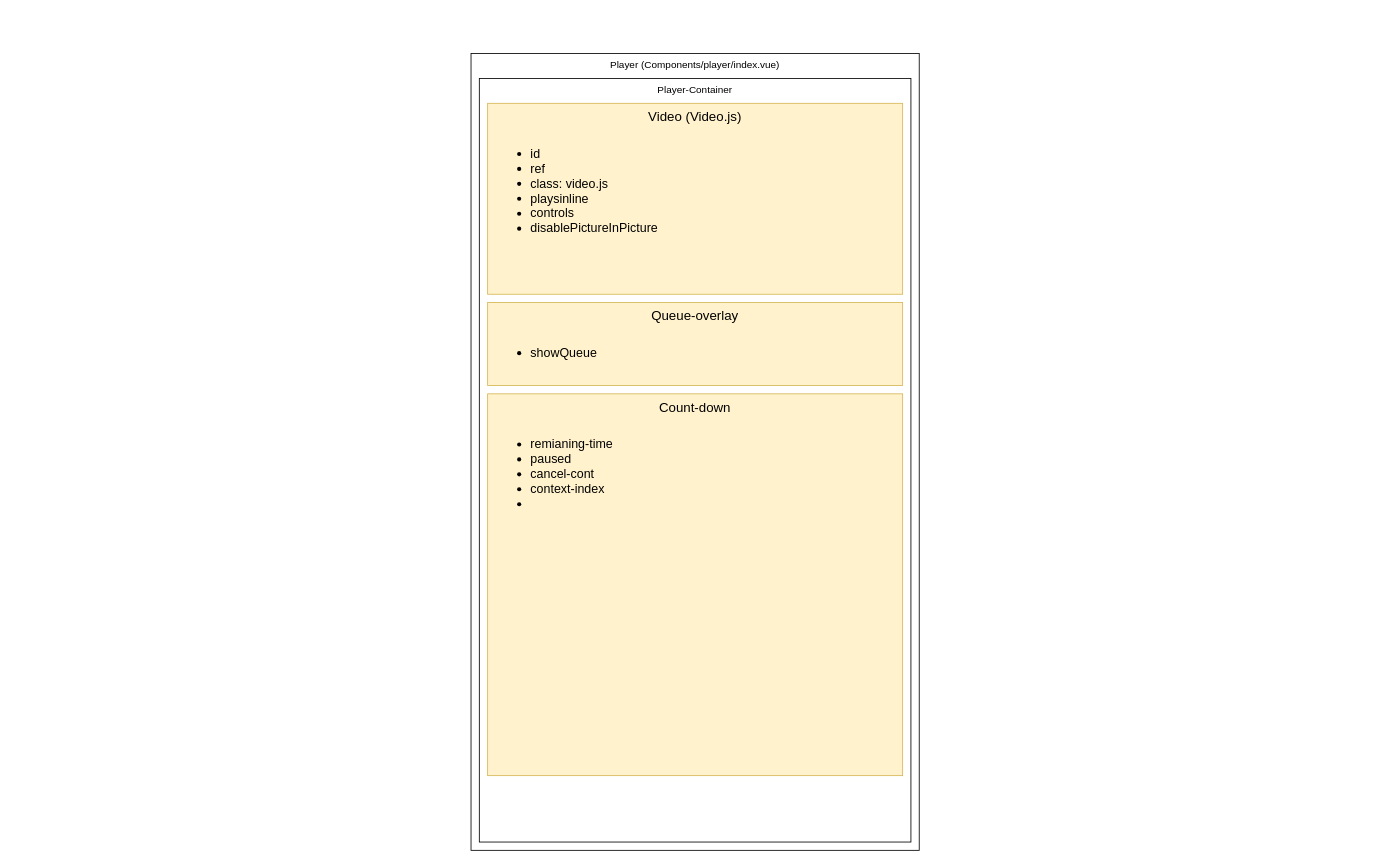
Before: BYUB_Rewind.drawio in brightlightkim/Coding_Design, a draw.io diagram. Source tidied: cells renumbered, new cells numbered last; positions are measured from the earlier drawing's top-left corner, leaving out a move shared by most shapes. Both pictures are drawn from the tidied source at 83%, with x=0, y=0 at pixel (471, 53).
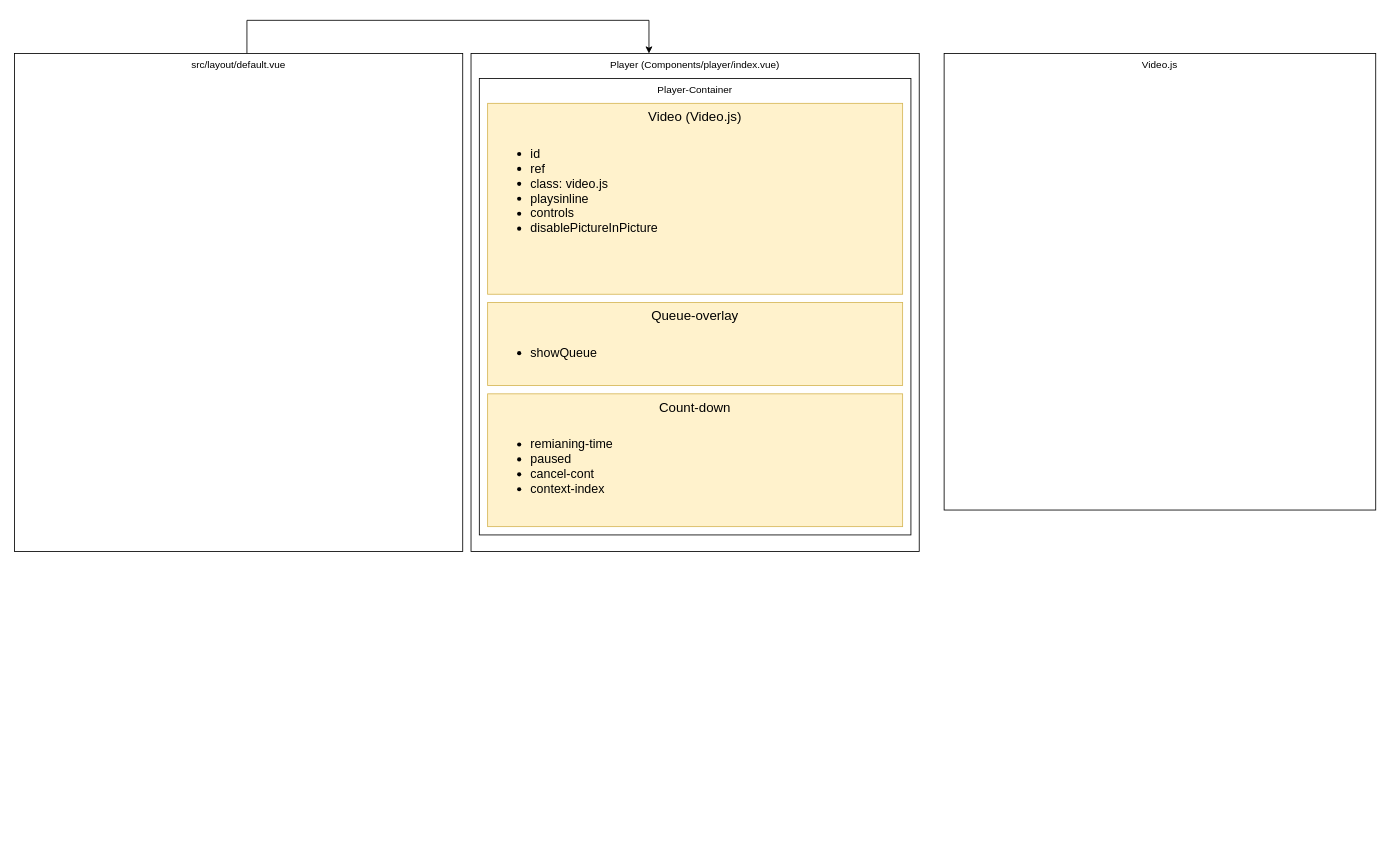
After the change.

What changed in the source:
```diff
@@
 <mxGraphModel>
   <root>
     <mxCell id="0" />
     <mxCell id="1" parent="0" />
     <mxCell id="2" value="Player (Components/player/index.vue)" style="rounded=0;whiteSpace=wrap;html=1;verticalAlign=top;" parent="1" vertex="1">
-      <mxGeometry width="540" height="960" as="geometry" />
+      <mxGeometry width="540" height="600" as="geometry" />
     </mxCell>
     <mxCell id="3" value="Player-Container" style="rounded=0;whiteSpace=wrap;html=1;verticalAlign=top;" parent="1" vertex="1">
-      <mxGeometry x="10" y="30" width="520" height="920" as="geometry" />
+      <mxGeometry x="10" y="30" width="520" height="550" as="geometry" />
     </mxCell>
     <mxCell id="4" value="&lt;font style=&quot;font-size: 16px;&quot;&gt;Video (Video.js)&lt;/font&gt;" style="rounded=0;whiteSpace=wrap;html=1;verticalAlign=top;fillColor=#fff2cc;strokeColor=#d6b656;" parent="1" vertex="1">
       <mxGeometry x="20" y="60" width="500" height="230" as="geometry" />
     </mxCell>
     <mxCell id="5" value="&lt;ul style=&quot;font-size: 15px;&quot;&gt;&lt;li style=&quot;font-size: 15px;&quot;&gt;id&lt;/li&gt;&lt;li style=&quot;font-size: 15px;&quot;&gt;ref&lt;/li&gt;&lt;li style=&quot;font-size: 15px;&quot;&gt;class: video.js&lt;/li&gt;&lt;li style=&quot;font-size: 15px;&quot;&gt;playsinline&lt;/li&gt;&lt;li style=&quot;font-size: 15px;&quot;&gt;controls&lt;/li&gt;&lt;li style=&quot;font-size: 15px;&quot;&gt;disablePictureInPicture&lt;/li&gt;&lt;/ul&gt;" style="text;html=1;strokeColor=none;fillColor=none;align=left;verticalAlign=top;whiteSpace=wrap;rounded=0;fontSize=15;" parent="1" vertex="1">
       <mxGeometry x="30" y="90" width="230" height="180" as="geometry" />
     </mxCell>
     <mxCell id="6" value="&lt;font style=&quot;font-size: 16px;&quot;&gt;Queue-overlay&lt;/font&gt;" style="rounded=0;whiteSpace=wrap;html=1;verticalAlign=top;fillColor=#fff2cc;strokeColor=#d6b656;" parent="1" vertex="1">
       <mxGeometry x="20" y="300" width="500" height="100" as="geometry" />
     </mxCell>
     <mxCell id="7" value="&lt;ul style=&quot;font-size: 15px;&quot;&gt;&lt;li style=&quot;font-size: 15px;&quot;&gt;showQueue&lt;/li&gt;&lt;/ul&gt;" style="text;html=1;strokeColor=none;fillColor=none;align=left;verticalAlign=top;whiteSpace=wrap;rounded=0;fontSize=15;" parent="1" vertex="1">
       <mxGeometry x="30" y="330" width="300" height="50" as="geometry" />
     </mxCell>
     <mxCell id="8" value="&lt;font style=&quot;font-size: 16px;&quot;&gt;Count-down&lt;/font&gt;" style="rounded=0;whiteSpace=wrap;html=1;verticalAlign=top;fillColor=#fff2cc;strokeColor=#d6b656;" parent="1" vertex="1">
-      <mxGeometry x="20" y="410" width="500" height="460" as="geometry" />
+      <mxGeometry x="20" y="410" width="500" height="160" as="geometry" />
     </mxCell>
-    <mxCell id="9" value="&lt;ul style=&quot;font-size: 15px;&quot;&gt;&lt;li style=&quot;font-size: 15px;&quot;&gt;remianing-time&lt;/li&gt;&lt;li style=&quot;font-size: 15px;&quot;&gt;paused&lt;/li&gt;&lt;li style=&quot;font-size: 15px;&quot;&gt;cancel-cont&lt;/li&gt;&lt;li style=&quot;font-size: 15px;&quot;&gt;context-index&lt;/li&gt;&lt;li style=&quot;font-size: 15px;&quot;&gt;&lt;br&gt;&lt;/li&gt;&lt;/ul&gt;" style="text;html=1;strokeColor=none;fillColor=none;align=left;verticalAlign=top;whiteSpace=wrap;rounded=0;fontSize=15;" parent="1" vertex="1">
+    <mxCell id="9" value="&lt;ul style=&quot;font-size: 15px;&quot;&gt;&lt;li style=&quot;font-size: 15px;&quot;&gt;remianing-time&lt;/li&gt;&lt;li style=&quot;font-size: 15px;&quot;&gt;paused&lt;/li&gt;&lt;li style=&quot;font-size: 15px;&quot;&gt;cancel-cont&lt;/li&gt;&lt;li style=&quot;font-size: 15px;&quot;&gt;context-index&lt;/li&gt;&lt;/ul&gt;" style="text;html=1;strokeColor=none;fillColor=none;align=left;verticalAlign=top;whiteSpace=wrap;rounded=0;fontSize=15;" parent="1" vertex="1">
       <mxGeometry x="30" y="440" width="230" height="180" as="geometry" />
     </mxCell>
+    <mxCell id="10" value="Video.js" style="rounded=0;whiteSpace=wrap;html=1;verticalAlign=top;" parent="1" vertex="1">
+      <mxGeometry x="570" width="520" height="550" as="geometry" />
+    </mxCell>
+    <mxCell id="11" style="edgeStyle=orthogonalEdgeStyle;rounded=0;jettySize=auto;html=1;entryX=0.397;entryY=0;entryDx=0;entryDy=0;entryPerimeter=0;fontSize=16;" parent="1" edge="1" source="12" target="2">
+      <mxGeometry relative="1" as="geometry">
+        <Array as="points">
+          <mxPoint x="-270" y="-40" />
+          <mxPoint x="214" y="-40" />
+        </Array>
+      </mxGeometry>
+    </mxCell>
+    <mxCell id="12" value="src/layout/default.vue" style="rounded=0;whiteSpace=wrap;html=1;verticalAlign=top;" parent="1" vertex="1">
+      <mxGeometry x="-550" width="540" height="600" as="geometry" />
+    </mxCell>
   </root>
 </mxGraphModel>
```
